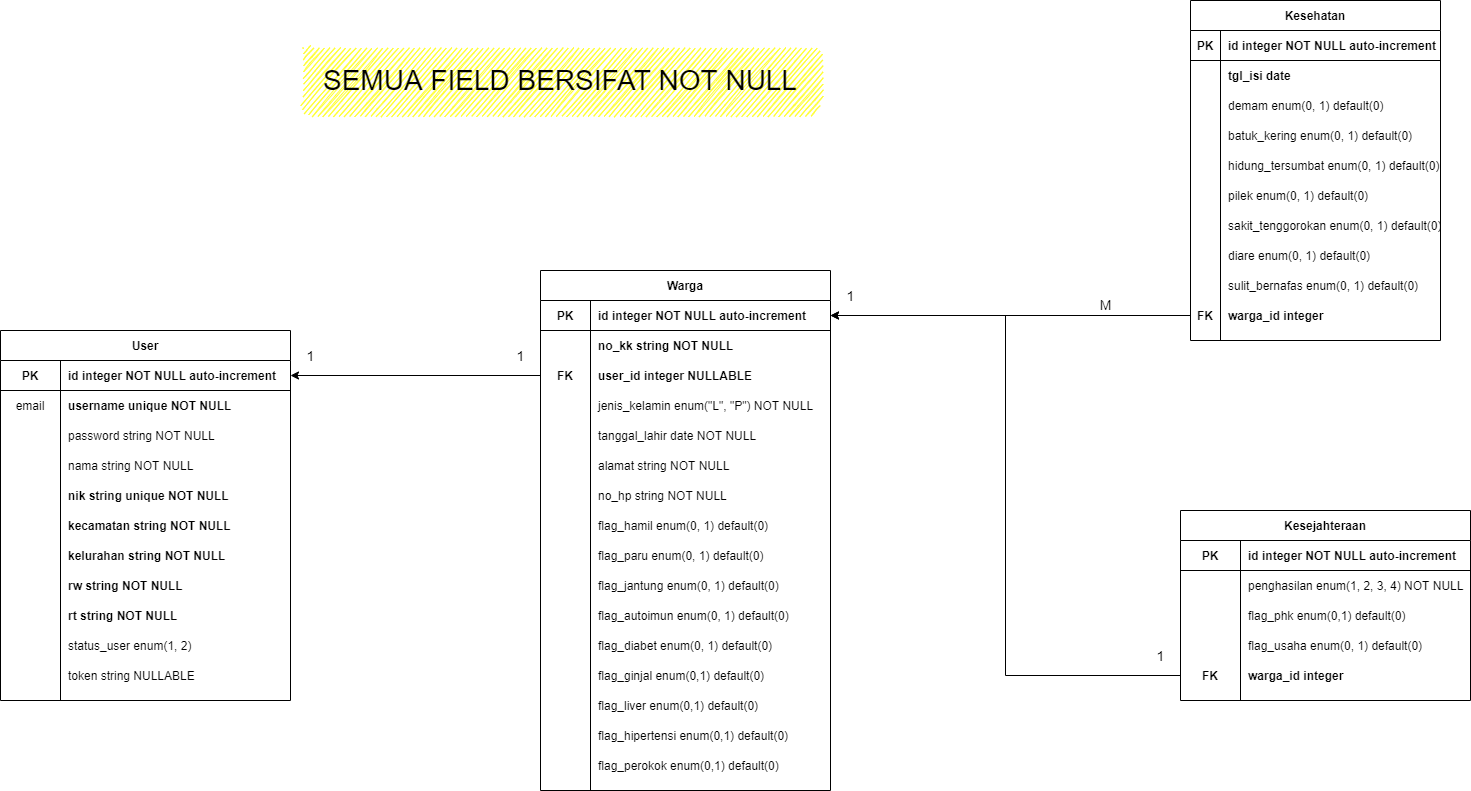
Earlier version of the draw.io export Covid-RT-ERD.png (verindrarizya/rest-api-rt). Source tidied: cells renumbered, new cells last; positions are measured from the earlier drawing's top-left corner, leaving out a move shared by most shapes.
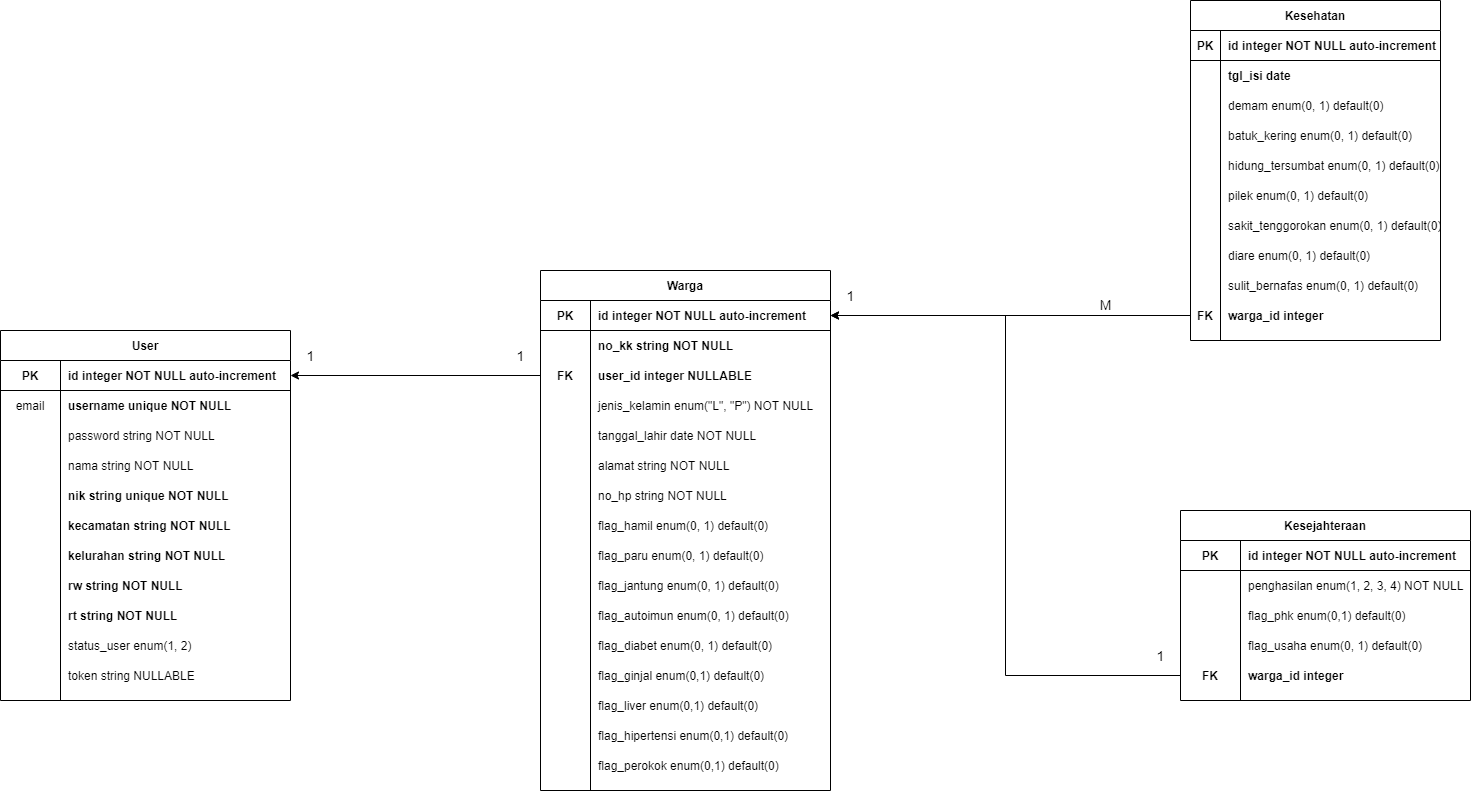
The same file after the commit.

Diff of the diagram source:
```diff
@@ -416,8 +416,5 @@
     <mxCell id="139" style="edgeStyle=orthogonalEdgeStyle;rounded=0;jettySize=auto;html=1;exitX=0;exitY=0.5;exitDx=0;exitDy=0;entryX=1;entryY=0.5;entryDx=0;entryDy=0;" parent="1" edge="1" source="81" target="3">
       <mxGeometry relative="1" as="geometry" />
     </mxCell>
-    <mxCell id="140" value="&lt;font style=&quot;font-size: 28px&quot;&gt;SEMUA FIELD BERSIFAT NOT NULL&lt;/font&gt;" style="text;html=1;strokeColor=none;align=center;verticalAlign=middle;whiteSpace=wrap;rounded=1;shadow=0;fillColor=#FFFF33;glass=0;sketch=1;" parent="1" vertex="1">
-      <mxGeometry x="300" y="45" width="520" height="70" as="geometry" />
-    </mxCell>
   </root>
 </mxGraphModel>
```
